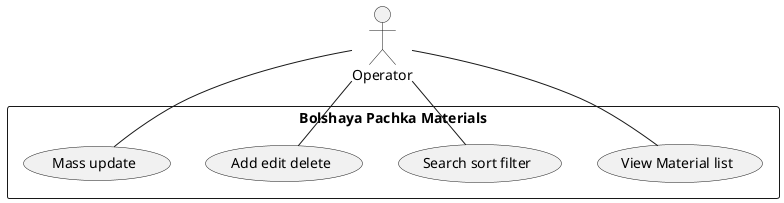
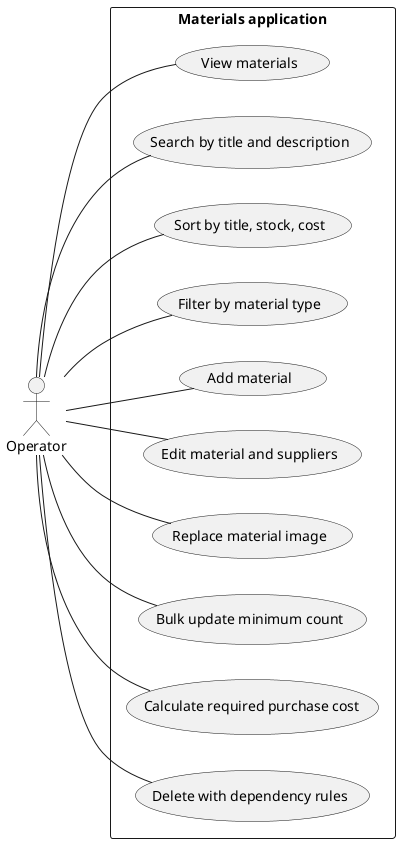
﻿@startuml
+ left to right direction
actor Operator
- rectangle "Bolshaya Pachka Materials" {
- Operator -- (View Material list)
- Operator -- (Search sort filter)
- Operator -- (Add edit delete)
- Operator -- (Mass update)
+ rectangle "Materials application" {
+   Operator -- (View materials)
+   Operator -- (Search by title and description)
+   Operator -- (Sort by title, stock, cost)
+   Operator -- (Filter by material type)
+   Operator -- (Add material)
+   Operator -- (Edit material and suppliers)
+   Operator -- (Replace material image)
+   Operator -- (Bulk update minimum count)
+   Operator -- (Calculate required purchase cost)
+   Operator -- (Delete with dependency rules)
}
@enduml
